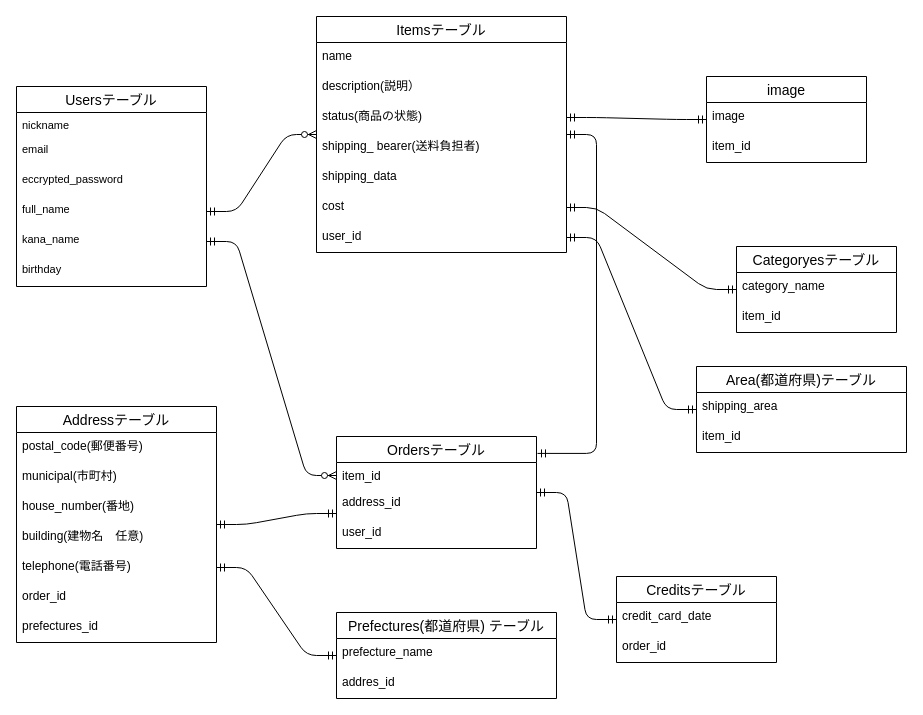
Before: furima.dio in yanagi0306/furima-37111, a draw.io diagram. Source tidied: cells renumbered, new cells numbered last; positions are measured from the earlier drawing's top-left corner, leaving out a move shared by most shapes. Both pictures are drawn from the tidied source at 100%, with x=0, y=0 at pixel (16, 16).
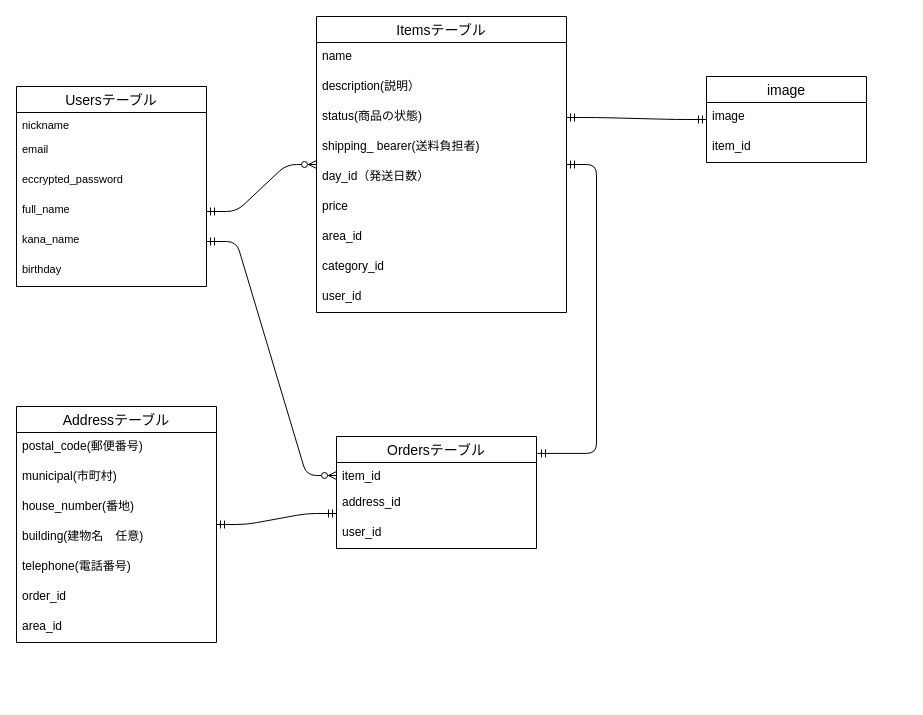
After the change.

Commit message (it also covers changes not shown here):
データベース設計修正

Unchanged cells that the change refers to:
```xml
<mxCell id="20" value="Ordersテーブル" style="swimlane;fontStyle=0;horizontal=1;startSize=26;align=center;fontSize=14;" parent="1" vertex="1">
  <mxGeometry x="320" y="420" width="200" height="112" as="geometry" />
</mxCell>
<mxCell id="29" value="Addressテーブル" style="swimlane;fontStyle=0;horizontal=1;startSize=26;align=center;fontSize=14;" parent="1" vertex="1">
  <mxGeometry y="390" width="200" height="236" as="geometry" />
</mxCell>
<mxCell id="34" value="telephone(電話番号)" style="text;strokeColor=none;fillColor=none;spacingLeft=4;spacingRight=4;overflow=hidden;points=[[0,0.5],[1,0.5]];portConstraint=eastwest;fontSize=12;" parent="29" vertex="1">
  <mxGeometry y="146" width="200" height="30" as="geometry" />
</mxCell>
```

The edit, as a diff of the source:
```diff
@@
     <mxCell id="9" value="Itemsテーブル" style="swimlane;fontStyle=0;horizontal=1;startSize=26;align=center;fontSize=14;" parent="1" vertex="1">
-      <mxGeometry x="300" width="250" height="236" as="geometry" />
+      <mxGeometry x="300" width="250" height="296" as="geometry" />
     </mxCell>
@@
-    <mxCell id="14" value="shipping_data" style="text;strokeColor=none;fillColor=none;spacingLeft=4;spacingRight=4;overflow=hidden;fontSize=12;" parent="9" vertex="1">
+    <mxCell id="14" value="day_id（発送日数）" style="text;strokeColor=none;fillColor=none;spacingLeft=4;spacingRight=4;overflow=hidden;fontSize=12;" parent="9" vertex="1">
       <mxGeometry y="146" width="250" height="30" as="geometry" />
     </mxCell>
-    <mxCell id="15" value="cost" style="text;strokeColor=none;fillColor=none;spacingLeft=4;spacingRight=4;overflow=hidden;points=[[0,0.5],[1,0.5]];portConstraint=eastwest;fontSize=12;" parent="9" vertex="1">
+    <mxCell id="15" value="price" style="text;strokeColor=none;fillColor=none;spacingLeft=4;spacingRight=4;overflow=hidden;points=[[0,0.5],[1,0.5]];portConstraint=eastwest;fontSize=12;" parent="9" vertex="1">
       <mxGeometry y="176" width="250" height="30" as="geometry" />
     </mxCell>
+    <mxCell id="53" value="area_id" style="text;strokeColor=none;fillColor=none;spacingLeft=4;spacingRight=4;overflow=hidden;fontSize=12;" parent="9" vertex="1">
+      <mxGeometry y="206" width="250" height="30" as="geometry" />
+    </mxCell>
-    <mxCell id="16" value="user_id" style="text;strokeColor=none;fillColor=none;spacingLeft=4;spacingRight=4;overflow=hidden;points=[[0,0.5],[1,0.5]];portConstraint=eastwest;fontSize=12;" parent="9" vertex="1">
-      <mxGeometry y="206" width="250" height="30" as="geometry" />
+    <mxCell id="16" value="category_id&#10;" style="text;strokeColor=none;fillColor=none;spacingLeft=4;spacingRight=4;overflow=hidden;points=[[0,0.5],[1,0.5]];portConstraint=eastwest;fontSize=12;" parent="9" vertex="1">
+      <mxGeometry y="236" width="250" height="30" as="geometry" />
     </mxCell>
+    <mxCell id="54" value="user_id" style="text;strokeColor=none;fillColor=none;spacingLeft=4;spacingRight=4;overflow=hidden;fontSize=12;" parent="9" vertex="1">
+      <mxGeometry y="266" width="250" height="30" as="geometry" />
+    </mxCell>
@@
-    <mxCell id="26" value="Categoryesテーブル" style="swimlane;fontStyle=0;horizontal=1;startSize=26;align=center;fontSize=14;" parent="1" vertex="1">
-      <mxGeometry x="720" y="230" width="160" height="86" as="geometry" />
-    </mxCell>
-    <mxCell id="27" value="category_name" style="text;strokeColor=none;fillColor=none;spacingLeft=4;spacingRight=4;overflow=hidden;fontSize=12;" parent="26" vertex="1">
-      <mxGeometry y="26" width="160" height="30" as="geometry" />
-    </mxCell>
-    <mxCell id="28" value="item_id" style="text;strokeColor=none;fillColor=none;spacingLeft=4;spacingRight=4;overflow=hidden;fontSize=12;" parent="26" vertex="1">
-      <mxGeometry y="56" width="160" height="30" as="geometry" />
-    </mxCell>
@@
-    <mxCell id="36" value="prefectures_id" style="text;strokeColor=none;fillColor=none;spacingLeft=4;spacingRight=4;overflow=hidden;fontSize=12;" parent="29" vertex="1">
-      <mxGeometry y="206" width="200" height="30" as="geometry" />
-    </mxCell>
+    <mxCell id="55" value="area_id" style="text;strokeColor=none;fillColor=none;spacingLeft=4;spacingRight=4;overflow=hidden;fontSize=12;" parent="29" vertex="1">
+      <mxGeometry y="206" width="200" height="30" as="geometry" />
+    </mxCell>
@@
-    <mxCell id="38" style="edgeStyle=entityRelationEdgeStyle;fontSize=12;html=1;endArrow=ERmandOne;startArrow=ERmandOne;verticalAlign=middle;" parent="1" edge="1" source="15" target="26">
-      <mxGeometry relative="1" as="geometry" />
-    </mxCell>
@@
-    <mxCell id="40" value="Creditsテーブル" style="swimlane;fontStyle=0;horizontal=1;startSize=26;align=center;fontSize=14;" parent="1" vertex="1">
-      <mxGeometry x="600" y="560" width="160" height="86" as="geometry" />
-    </mxCell>
-    <mxCell id="41" value="credit_card_date" style="text;strokeColor=none;fillColor=none;spacingLeft=4;spacingRight=4;overflow=hidden;fontSize=12;" parent="40" vertex="1">
-      <mxGeometry y="26" width="160" height="30" as="geometry" />
-    </mxCell>
-    <mxCell id="42" value="order_id" style="text;strokeColor=none;fillColor=none;spacingLeft=4;spacingRight=4;overflow=hidden;fontSize=12;" parent="40" vertex="1">
-      <mxGeometry y="56" width="160" height="30" as="geometry" />
-    </mxCell>
-    <mxCell id="43" style="edgeStyle=entityRelationEdgeStyle;fontSize=12;html=1;endArrow=ERmandOne;startArrow=ERmandOne;" parent="1" edge="1" source="20" target="40">
-      <mxGeometry relative="1" as="geometry" />
-    </mxCell>
-    <mxCell id="44" value="Prefectures(都道府県) テーブル" style="swimlane;fontStyle=0;horizontal=1;startSize=26;align=center;fontSize=14;" parent="1" vertex="1">
-      <mxGeometry x="320" y="596" width="220" height="86" as="geometry" />
-    </mxCell>
-    <mxCell id="45" value="prefecture_name" style="text;strokeColor=none;fillColor=none;spacingLeft=4;spacingRight=4;overflow=hidden;fontSize=12;" parent="44" vertex="1">
-      <mxGeometry y="26" width="220" height="30" as="geometry" />
-    </mxCell>
-    <mxCell id="46" value="addres_id" style="text;strokeColor=none;fillColor=none;spacingLeft=4;spacingRight=4;overflow=hidden;fontSize=12;" parent="44" vertex="1">
-      <mxGeometry y="56" width="220" height="30" as="geometry" />
-    </mxCell>
-    <mxCell id="47" style="edgeStyle=entityRelationEdgeStyle;fontSize=12;html=1;endArrow=ERmandOne;startArrow=ERmandOne;exitX=1;exitY=0.5;exitDx=0;exitDy=0;" parent="1" edge="1" source="34" target="44">
-      <mxGeometry relative="1" as="geometry" />
-    </mxCell>
@@
-    <mxCell id="49" value="Area(都道府県)テーブル" style="swimlane;fontStyle=0;horizontal=1;startSize=26;align=center;fontSize=14;" parent="1" vertex="1">
-      <mxGeometry x="680" y="350" width="210" height="86" as="geometry" />
-    </mxCell>
-    <mxCell id="50" value="shipping_area" style="text;strokeColor=none;fillColor=none;spacingLeft=4;spacingRight=4;overflow=hidden;fontSize=12;" parent="49" vertex="1">
-      <mxGeometry y="26" width="210" height="30" as="geometry" />
-    </mxCell>
-    <mxCell id="51" value="item_id" style="text;strokeColor=none;fillColor=none;spacingLeft=4;spacingRight=4;overflow=hidden;fontSize=12;" parent="49" vertex="1">
-      <mxGeometry y="56" width="210" height="30" as="geometry" />
-    </mxCell>
-    <mxCell id="52" style="edgeStyle=entityRelationEdgeStyle;fontSize=12;html=1;endArrow=ERmandOne;startArrow=ERmandOne;verticalAlign=middle;exitX=1;exitY=0.5;exitDx=0;exitDy=0;" parent="1" edge="1" source="16" target="49">
-      <mxGeometry relative="1" as="geometry" />
-    </mxCell>
```
